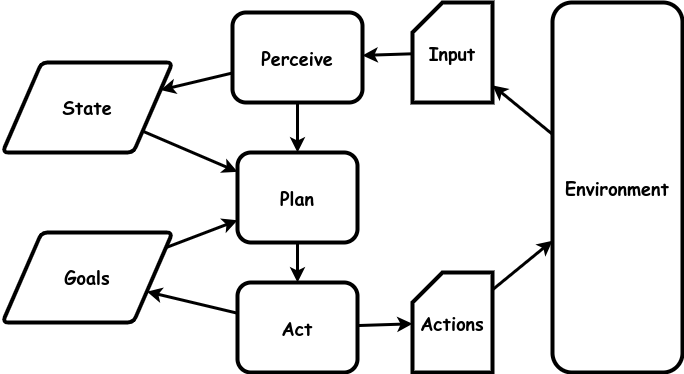
The draw.io diagram images/agent.drawio.png in garfix/architectural-patterns, before a commit. Source tidied: cells renumbered, new cells last; positions are measured from the earlier drawing's top-left corner, leaving out a move shared by most shapes. Source of this version:
```xml
<mxGraphModel>
  <root>
    <mxCell id="0" />
    <mxCell id="1" parent="0" />
    <mxCell id="2" value="&lt;b style=&quot;border-color: var(--border-color);&quot;&gt;Plan&lt;/b&gt;&lt;b style=&quot;font-size: 18px;&quot;&gt;&lt;br&gt;&lt;/b&gt;" style="rounded=1;whiteSpace=wrap;html=1;strokeWidth=4;fontFamily=Comic Sans MS;fontSize=18;" parent="1" vertex="1">
      <mxGeometry x="235" y="150" width="120" height="90" as="geometry" />
    </mxCell>
    <mxCell id="3" style="endArrow=none;startArrow=classic;html=1;rounded=0;strokeWidth=3;endFill=0;" parent="1" edge="1" source="2" target="4">
      <mxGeometry relative="1" as="geometry" />
    </mxCell>
    <mxCell id="4" value="&lt;b style=&quot;font-size: 18px;&quot;&gt;Perceive&lt;br&gt;&lt;/b&gt;" style="rounded=1;whiteSpace=wrap;html=1;strokeWidth=4;fontFamily=Comic Sans MS;fontSize=18;" parent="1" vertex="1">
      <mxGeometry x="230" y="10" width="130" height="90" as="geometry" />
    </mxCell>
    <mxCell id="5" value="&lt;font face=&quot;Comic Sans MS&quot; style=&quot;font-size: 18px;&quot;&gt;State&lt;br&gt;&lt;/font&gt;" style="shape=parallelogram;html=1;strokeWidth=4;perimeter=parallelogramPerimeter;whiteSpace=wrap;rounded=1;arcSize=12;size=0.23;fontStyle=1;fontSize=18;" parent="1" vertex="1">
      <mxGeometry y="60" width="170" height="90" as="geometry" />
    </mxCell>
    <mxCell id="6" style="endArrow=none;startArrow=classic;html=1;rounded=0;strokeWidth=3;endFill=0;" parent="1" edge="1" source="4" target="9">
      <mxGeometry relative="1" as="geometry" />
    </mxCell>
    <mxCell id="7" style="endArrow=none;startArrow=classic;html=1;rounded=0;strokeWidth=3;endFill=0;" parent="1" edge="1" source="11" target="12">
      <mxGeometry relative="1" as="geometry" />
    </mxCell>
    <mxCell id="8" style="endArrow=none;startArrow=classic;html=1;rounded=0;strokeWidth=3;endFill=0;" parent="1" edge="1" source="2" target="5">
      <mxGeometry relative="1" as="geometry" />
    </mxCell>
    <mxCell id="9" value="Input" style="shape=card;whiteSpace=wrap;html=1;strokeWidth=4;fontFamily=Comic Sans MS;fontStyle=1;fontSize=18;" parent="1" vertex="1">
      <mxGeometry x="410" width="80" height="100" as="geometry" />
    </mxCell>
    <mxCell id="10" value="&lt;b style=&quot;font-size: 18px;&quot;&gt;Environment&lt;br&gt;&lt;/b&gt;" style="rounded=1;whiteSpace=wrap;html=1;strokeWidth=4;fontFamily=Comic Sans MS;fontSize=18;" parent="1" vertex="1">
      <mxGeometry x="550" width="130" height="370" as="geometry" />
    </mxCell>
    <mxCell id="11" value="Actions" style="shape=card;whiteSpace=wrap;html=1;strokeWidth=4;fontFamily=Comic Sans MS;fontStyle=1;fontSize=18;" parent="1" vertex="1">
      <mxGeometry x="410" y="270" width="80" height="100" as="geometry" />
    </mxCell>
    <mxCell id="12" value="&lt;b style=&quot;border-color: var(--border-color);&quot;&gt;Act&lt;/b&gt;&lt;b style=&quot;font-size: 18px;&quot;&gt;&lt;br&gt;&lt;/b&gt;" style="rounded=1;whiteSpace=wrap;html=1;strokeWidth=4;fontFamily=Comic Sans MS;fontSize=18;" parent="1" vertex="1">
      <mxGeometry x="235" y="280" width="120" height="90" as="geometry" />
    </mxCell>
    <mxCell id="13" style="endArrow=none;startArrow=classic;html=1;rounded=0;strokeWidth=3;endFill=0;" parent="1" edge="1" source="12" target="2">
      <mxGeometry relative="1" as="geometry" />
    </mxCell>
    <mxCell id="14" style="endArrow=none;startArrow=classic;html=1;rounded=0;strokeWidth=3;endFill=0;" parent="1" edge="1" source="9" target="10">
      <mxGeometry relative="1" as="geometry" />
    </mxCell>
    <mxCell id="15" style="endArrow=none;startArrow=classic;html=1;rounded=0;strokeWidth=3;endFill=0;" parent="1" edge="1" source="10" target="11">
      <mxGeometry relative="1" as="geometry" />
    </mxCell>
    <mxCell id="16" value="&lt;font face=&quot;Comic Sans MS&quot; style=&quot;font-size: 18px;&quot;&gt;Goals&lt;br&gt;&lt;/font&gt;" style="shape=parallelogram;html=1;strokeWidth=4;perimeter=parallelogramPerimeter;whiteSpace=wrap;rounded=1;arcSize=12;size=0.23;fontStyle=1;fontSize=18;" parent="1" vertex="1">
      <mxGeometry y="230" width="170" height="90" as="geometry" />
    </mxCell>
    <mxCell id="17" style="endArrow=none;startArrow=classic;html=1;rounded=0;strokeWidth=3;endFill=0;" parent="1" edge="1" source="5" target="4">
      <mxGeometry relative="1" as="geometry" />
    </mxCell>
    <mxCell id="18" style="endArrow=none;startArrow=classic;html=1;rounded=0;strokeWidth=3;endFill=0;" parent="1" edge="1" source="2" target="16">
      <mxGeometry relative="1" as="geometry" />
    </mxCell>
    <mxCell id="19" style="endArrow=none;startArrow=classic;html=1;rounded=0;strokeWidth=3;endFill=0;" parent="1" edge="1" source="16" target="12">
      <mxGeometry relative="1" as="geometry" />
    </mxCell>
  </root>
</mxGraphModel>
```
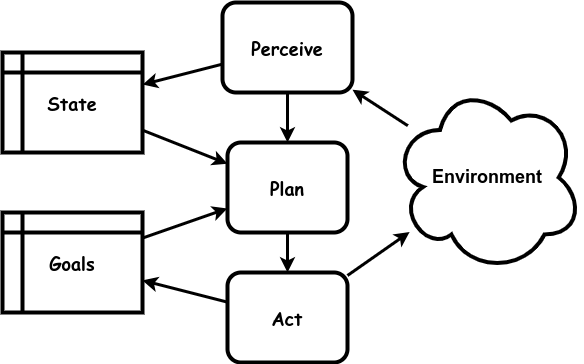
After the commit.

The edit, as a diff of the source:
```diff
@@ -11,42 +11,21 @@
     <mxCell id="4" value="&lt;b style=&quot;font-size: 18px;&quot;&gt;Perceive&lt;br&gt;&lt;/b&gt;" style="rounded=1;whiteSpace=wrap;html=1;strokeWidth=4;fontFamily=Comic Sans MS;fontSize=18;" parent="1" vertex="1">
       <mxGeometry x="230" y="10" width="130" height="90" as="geometry" />
     </mxCell>
-    <mxCell id="5" value="&lt;font face=&quot;Comic Sans MS&quot; style=&quot;font-size: 18px;&quot;&gt;State&lt;br&gt;&lt;/font&gt;" style="shape=parallelogram;html=1;strokeWidth=4;perimeter=parallelogramPerimeter;whiteSpace=wrap;rounded=1;arcSize=12;size=0.23;fontStyle=1;fontSize=18;" parent="1" vertex="1">
-      <mxGeometry y="60" width="170" height="90" as="geometry" />
-    </mxCell>
-    <mxCell id="6" style="endArrow=none;startArrow=classic;html=1;rounded=0;strokeWidth=3;endFill=0;" parent="1" edge="1" source="4" target="9">
-      <mxGeometry relative="1" as="geometry" />
-    </mxCell>
-    <mxCell id="7" style="endArrow=none;startArrow=classic;html=1;rounded=0;strokeWidth=3;endFill=0;" parent="1" edge="1" source="11" target="12">
-      <mxGeometry relative="1" as="geometry" />
-    </mxCell>
     <mxCell id="8" style="endArrow=none;startArrow=classic;html=1;rounded=0;strokeWidth=3;endFill=0;" parent="1" edge="1" source="2" target="5">
       <mxGeometry relative="1" as="geometry" />
     </mxCell>
-    <mxCell id="9" value="Input" style="shape=card;whiteSpace=wrap;html=1;strokeWidth=4;fontFamily=Comic Sans MS;fontStyle=1;fontSize=18;" parent="1" vertex="1">
-      <mxGeometry x="410" width="80" height="100" as="geometry" />
-    </mxCell>
-    <mxCell id="10" value="&lt;b style=&quot;font-size: 18px;&quot;&gt;Environment&lt;br&gt;&lt;/b&gt;" style="rounded=1;whiteSpace=wrap;html=1;strokeWidth=4;fontFamily=Comic Sans MS;fontSize=18;" parent="1" vertex="1">
-      <mxGeometry x="550" width="130" height="370" as="geometry" />
-    </mxCell>
-    <mxCell id="11" value="Actions" style="shape=card;whiteSpace=wrap;html=1;strokeWidth=4;fontFamily=Comic Sans MS;fontStyle=1;fontSize=18;" parent="1" vertex="1">
-      <mxGeometry x="410" y="270" width="80" height="100" as="geometry" />
-    </mxCell>
     <mxCell id="12" value="&lt;b style=&quot;border-color: var(--border-color);&quot;&gt;Act&lt;/b&gt;&lt;b style=&quot;font-size: 18px;&quot;&gt;&lt;br&gt;&lt;/b&gt;" style="rounded=1;whiteSpace=wrap;html=1;strokeWidth=4;fontFamily=Comic Sans MS;fontSize=18;" parent="1" vertex="1">
       <mxGeometry x="235" y="280" width="120" height="90" as="geometry" />
     </mxCell>
     <mxCell id="13" style="endArrow=none;startArrow=classic;html=1;rounded=0;strokeWidth=3;endFill=0;" parent="1" edge="1" source="12" target="2">
       <mxGeometry relative="1" as="geometry" />
     </mxCell>
-    <mxCell id="14" style="endArrow=none;startArrow=classic;html=1;rounded=0;strokeWidth=3;endFill=0;" parent="1" edge="1" source="9" target="10">
+    <mxCell id="14" style="endArrow=none;startArrow=classic;html=1;rounded=0;strokeWidth=3;endFill=0;" parent="1" edge="1" source="4" target="10">
       <mxGeometry relative="1" as="geometry" />
     </mxCell>
-    <mxCell id="15" style="endArrow=none;startArrow=classic;html=1;rounded=0;strokeWidth=3;endFill=0;" parent="1" edge="1" source="10" target="11">
+    <mxCell id="15" style="endArrow=none;startArrow=classic;html=1;rounded=0;strokeWidth=3;endFill=0;" parent="1" edge="1" source="10" target="12">
       <mxGeometry relative="1" as="geometry" />
     </mxCell>
-    <mxCell id="16" value="&lt;font face=&quot;Comic Sans MS&quot; style=&quot;font-size: 18px;&quot;&gt;Goals&lt;br&gt;&lt;/font&gt;" style="shape=parallelogram;html=1;strokeWidth=4;perimeter=parallelogramPerimeter;whiteSpace=wrap;rounded=1;arcSize=12;size=0.23;fontStyle=1;fontSize=18;" parent="1" vertex="1">
-      <mxGeometry y="230" width="170" height="90" as="geometry" />
-    </mxCell>
     <mxCell id="17" style="endArrow=none;startArrow=classic;html=1;rounded=0;strokeWidth=3;endFill=0;" parent="1" edge="1" source="5" target="4">
       <mxGeometry relative="1" as="geometry" />
     </mxCell>
@@ -56,5 +35,14 @@
     <mxCell id="19" style="endArrow=none;startArrow=classic;html=1;rounded=0;strokeWidth=3;endFill=0;" parent="1" edge="1" source="16" target="12">
       <mxGeometry relative="1" as="geometry" />
     </mxCell>
+    <mxCell id="5" value="State" style="shape=internalStorage;whiteSpace=wrap;html=1;backgroundOutline=1;strokeWidth=4;fontSize=18;fontFamily=Comic Sans MS;fontStyle=1;" parent="1" vertex="1">
+      <mxGeometry x="10" y="60" width="140" height="100" as="geometry" />
+    </mxCell>
+    <mxCell id="16" value="Goals" style="shape=internalStorage;whiteSpace=wrap;html=1;backgroundOutline=1;strokeWidth=4;fontSize=18;fontFamily=Comic Sans MS;fontStyle=1;" parent="1" vertex="1">
+      <mxGeometry x="10" y="220" width="140" height="100" as="geometry" />
+    </mxCell>
+    <mxCell id="10" value="&lt;b&gt;&lt;font style=&quot;font-size: 18px;&quot;&gt;Environment&lt;/font&gt;&lt;/b&gt;" style="ellipse;shape=cloud;whiteSpace=wrap;html=1;strokeWidth=4;" parent="1" vertex="1">
+      <mxGeometry x="400" y="90" width="190" height="190" as="geometry" />
+    </mxCell>
   </root>
 </mxGraphModel>
```
